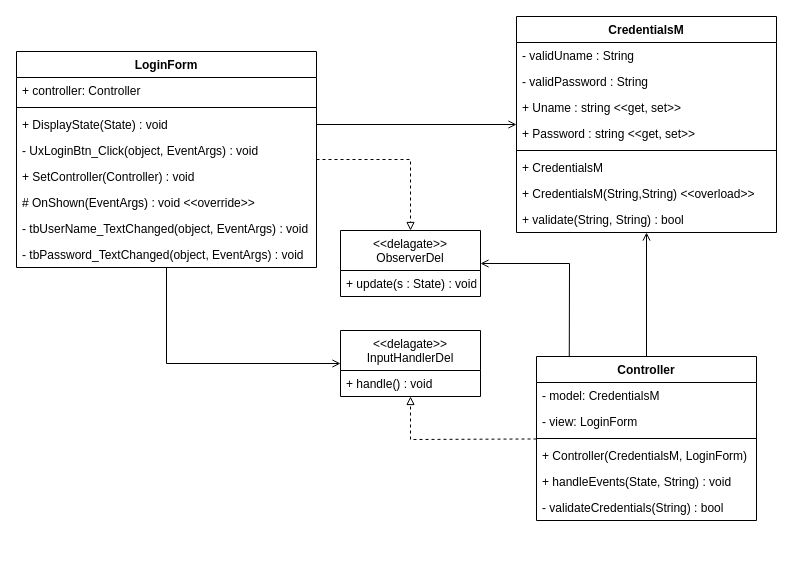
The draw.io diagram page "Page-1" (2 of 2) of Lab2.drawio in sammcanany/drawio, before the edit. Source tidied: cells renumbered, new cells numbered last; positions are measured from the earlier drawing's top-left corner, leaving out a move shared by most shapes. Both pictures are drawn from the tidied source at 100%, with x=0, y=0 at pixel (16, 16).
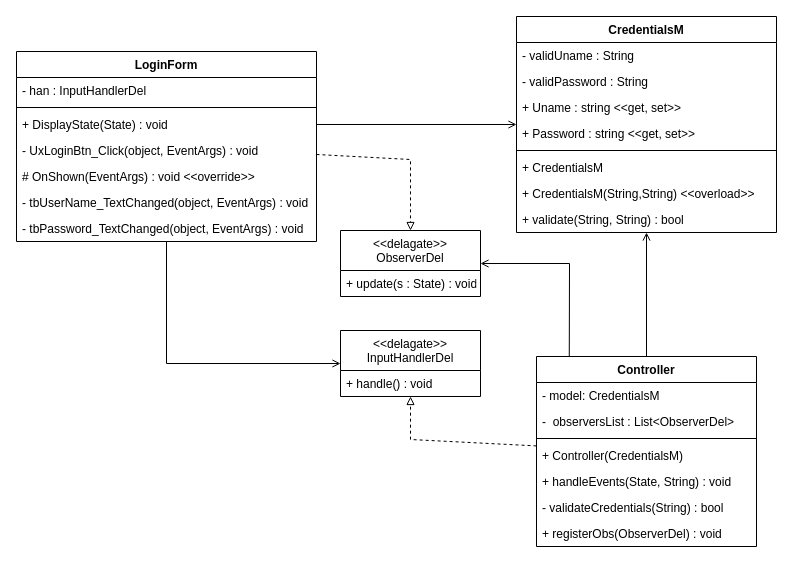
After the change.

The edit, as a diff of the source:
```diff
@@
     <mxCell id="12" value="LoginForm" style="swimlane;fontStyle=1;align=center;verticalAlign=top;horizontal=1;startSize=26;" parent="1" vertex="1">
-      <mxGeometry y="35" width="300" height="216" as="geometry" />
+      <mxGeometry y="35" width="300" height="190" as="geometry" />
     </mxCell>
-    <mxCell id="13" value="+ controller: Controller" style="text;strokeColor=none;fillColor=none;align=left;verticalAlign=top;spacingLeft=4;spacingRight=4;overflow=hidden;" parent="12" vertex="1">
+    <mxCell id="13" value="- han : InputHandlerDel" style="text;strokeColor=none;fillColor=none;align=left;verticalAlign=top;spacingLeft=4;spacingRight=4;overflow=hidden;" parent="12" vertex="1">
       <mxGeometry y="26" width="300" height="26" as="geometry" />
     </mxCell>
@@
-    <mxCell id="17" value="+ SetController(Controller) : void" style="text;strokeColor=none;fillColor=none;align=left;verticalAlign=top;spacingLeft=4;spacingRight=4;overflow=hidden;" parent="12" vertex="1">
-      <mxGeometry y="112" width="300" height="26" as="geometry" />
-    </mxCell>
     <mxCell id="18" value="# OnShown(EventArgs) : void &lt;&lt;override&gt;&gt;" style="text;strokeColor=none;fillColor=none;align=left;verticalAlign=top;spacingLeft=4;spacingRight=4;overflow=hidden;" parent="12" vertex="1">
-      <mxGeometry y="138" width="300" height="26" as="geometry" />
+      <mxGeometry y="112" width="300" height="26" as="geometry" />
     </mxCell>
     <mxCell id="19" value="- tbUserName_TextChanged(object, EventArgs) : void" style="text;strokeColor=none;fillColor=none;align=left;verticalAlign=top;spacingLeft=4;spacingRight=4;overflow=hidden;" parent="12" vertex="1">
-      <mxGeometry y="164" width="300" height="26" as="geometry" />
+      <mxGeometry y="138" width="300" height="26" as="geometry" />
     </mxCell>
     <mxCell id="20" value="- tbPassword_TextChanged(object, EventArgs) : void" style="text;strokeColor=none;fillColor=none;align=left;verticalAlign=top;spacingLeft=4;spacingRight=4;overflow=hidden;" parent="12" vertex="1">
-      <mxGeometry y="190" width="300" height="26" as="geometry" />
+      <mxGeometry y="164" width="300" height="26" as="geometry" />
     </mxCell>
@@
     <mxCell id="30" value="Controller" style="swimlane;fontStyle=1;align=center;verticalAlign=top;horizontal=1;startSize=26;" parent="1" vertex="1">
-      <mxGeometry x="520" y="340" width="220" height="164" as="geometry" />
+      <mxGeometry x="520" y="340" width="220" height="190" as="geometry" />
     </mxCell>
@@
-    <mxCell id="32" value="- view: LoginForm" style="text;strokeColor=none;fillColor=none;align=left;verticalAlign=top;spacingLeft=4;spacingRight=4;overflow=hidden;" parent="30" vertex="1">
+    <mxCell id="32" value="-  observersList : List&lt;ObserverDel&gt;" style="text;strokeColor=none;fillColor=none;align=left;verticalAlign=top;spacingLeft=4;spacingRight=4;overflow=hidden;" parent="30" vertex="1">
       <mxGeometry y="52" width="220" height="26" as="geometry" />
     </mxCell>
@@
-    <mxCell id="34" value="+ Controller(CredentialsM, LoginForm)" style="text;strokeColor=none;fillColor=none;align=left;verticalAlign=top;spacingLeft=4;spacingRight=4;overflow=hidden;" parent="30" vertex="1">
+    <mxCell id="34" value="+ Controller(CredentialsM)" style="text;strokeColor=none;fillColor=none;align=left;verticalAlign=top;spacingLeft=4;spacingRight=4;overflow=hidden;" parent="30" vertex="1">
       <mxGeometry y="86" width="220" height="26" as="geometry" />
     </mxCell>
@@
+    <mxCell id="37" value="+ registerObs(ObserverDel) : void" style="text;strokeColor=none;fillColor=none;align=left;verticalAlign=top;spacingLeft=4;spacingRight=4;overflow=hidden;" parent="30" vertex="1">
+      <mxGeometry y="164" width="220" height="26" as="geometry" />
+    </mxCell>
```
